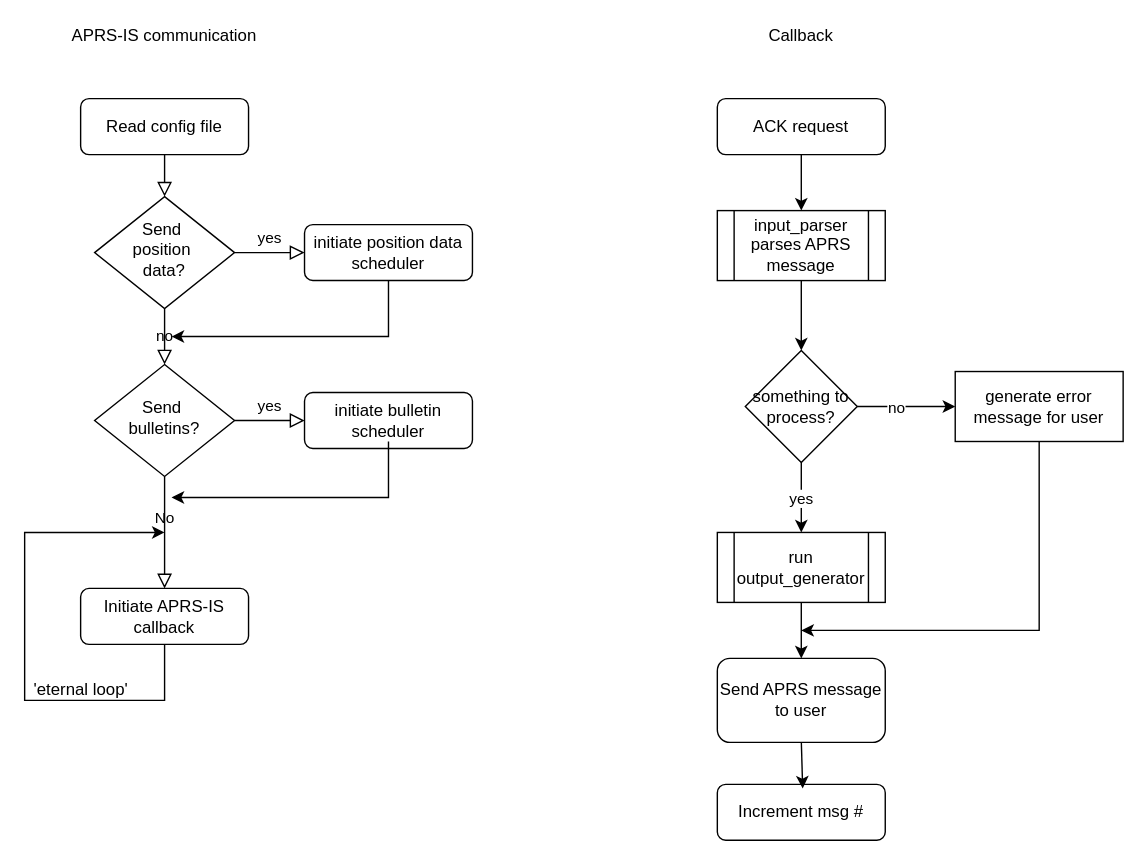
joergschultzelutter/core-aprs-client keeps this draw.io diagram as img/schematics.svg. Above is the earlier version. Source tidied: cells renumbered, new cells last; positions are measured from the earlier drawing's top-left corner, leaving out a move shared by most shapes.
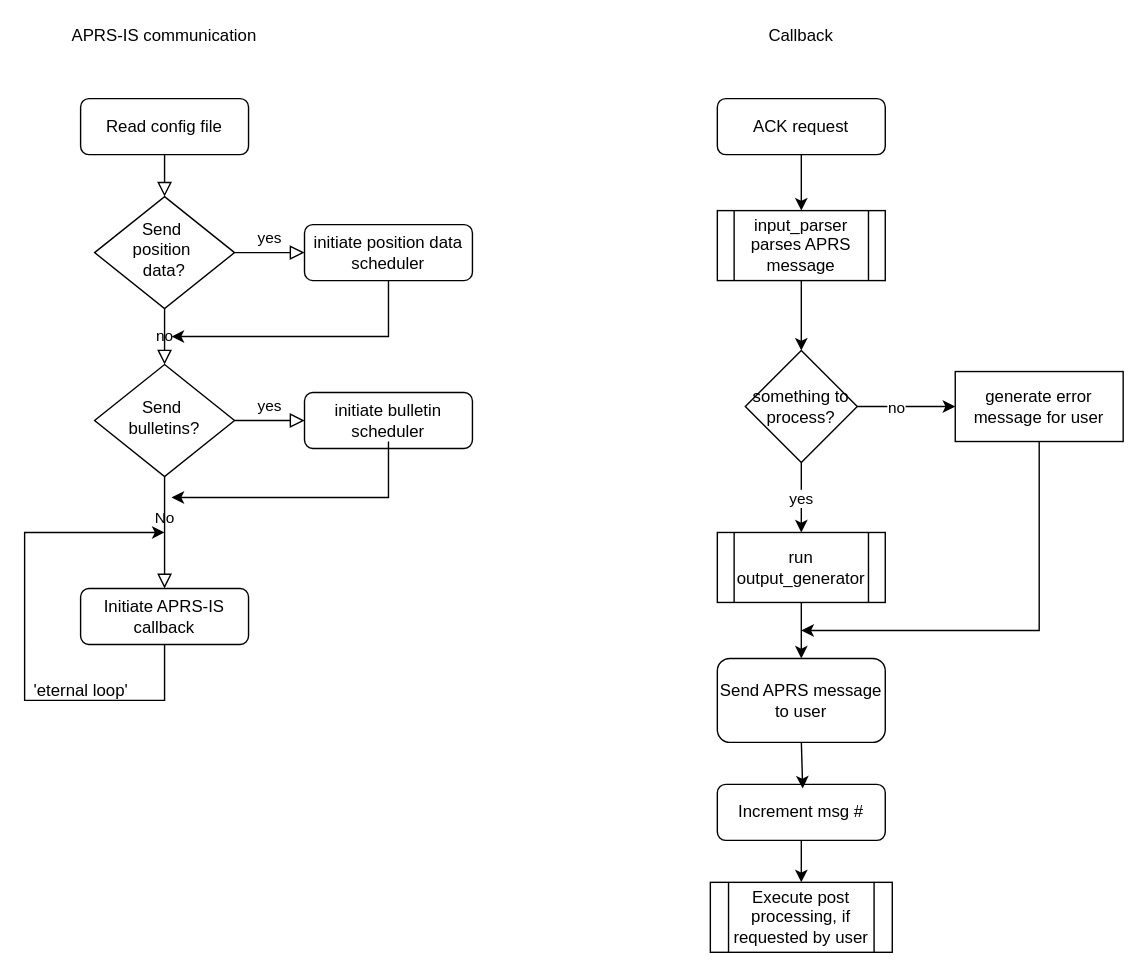
After the change.

What changed in the source:
```diff
@@ -129,5 +129,11 @@
         <mxPoint x="561" y="553" as="targetPoint" />
       </mxGeometry>
     </mxCell>
+    <mxCell id="35" value="Execute post processing, if requested by user" style="shape=process;whiteSpace=wrap;html=1;backgroundOutline=1;" parent="1" vertex="1">
+      <mxGeometry x="495" y="620" width="130" height="50" as="geometry" />
+    </mxCell>
+    <mxCell id="36" style="endArrow=classic;html=1;rounded=0;entryX=0.5;entryY=0;entryDx=0;entryDy=0;exitX=0.5;exitY=1;exitDx=0;exitDy=0;" parent="1" edge="1" source="33" target="35">
+      <mxGeometry relative="1" as="geometry" />
+    </mxCell>
   </root>
 </mxGraphModel>
```
